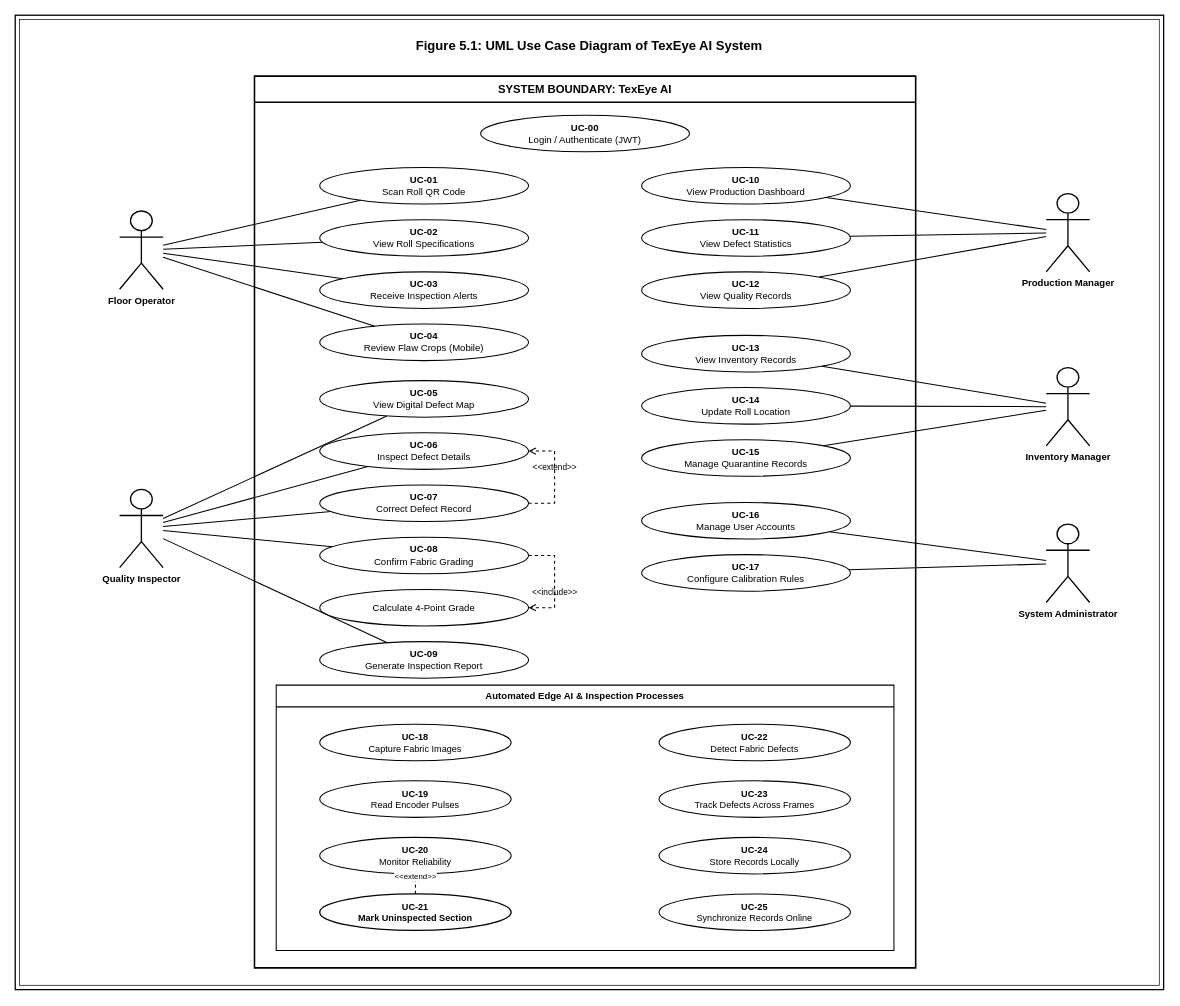
Before: diagrams/drawio/06_use_case_overall.drawio in TheBilalButt/TexEye-AI-FYP, a draw.io diagram. Source tidied: cells renumbered, new cells numbered last; positions are measured from the earlier drawing's top-left corner, leaving out a move shared by most shapes. Both pictures are drawn from the tidied source at 87%, with x=0, y=0 at pixel (15, 15).
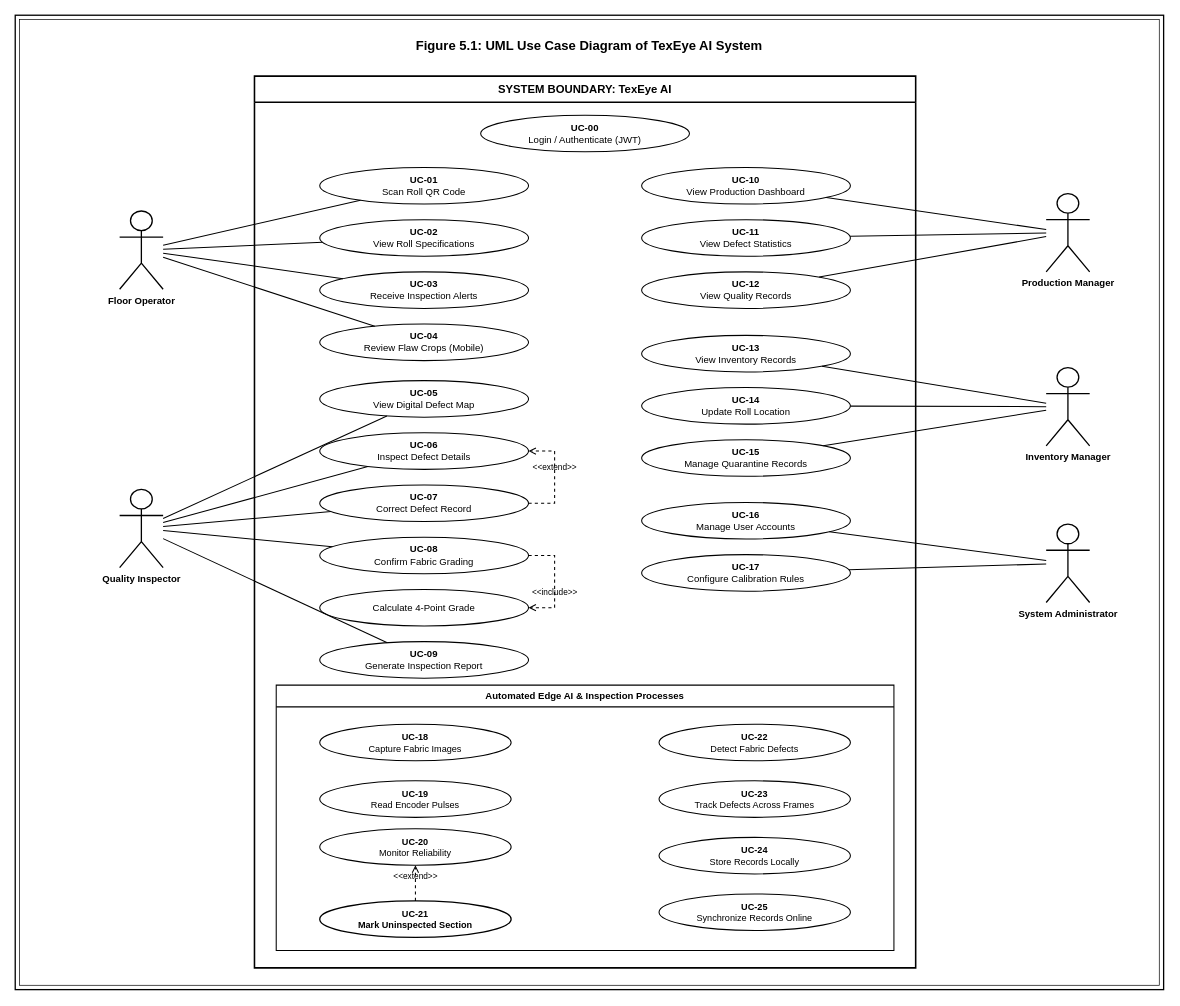
The same diagram, later.

Commit message (it also covers changes not shown here):
fix(diagrams): resolve all label-lifeline overlaps in sequence diagrams, remove extend box, and link outbox in erd

Unchanged cells that the change refers to:
```xml
<mxCell id="27" value="&lt;b&gt;Automated Edge AI &amp;amp; Inspection Processes&lt;/b&gt;" style="swimlane;whiteSpace=wrap;html=1;fillColor=#ffffff;strokeColor=#000000;strokeWidth=1.2;strokeDasharray=4 2;fontSize=11;fontColor=#000000;startSize=25;" parent="5" vertex="1">
  <mxGeometry x="25" y="700" width="710" height="305" as="geometry" />
</mxCell>
```

What changed in the source:
```diff
@@
     <mxCell id="30" value="&lt;b&gt;UC-20&lt;/b&gt;&lt;br&gt;Monitor Reliability" style="ellipse;whiteSpace=wrap;html=1;fillColor=#ffffff;strokeColor=#000000;strokeWidth=1.2;fontSize=10.5;fontColor=#000000;" parent="27" vertex="1">
-      <mxGeometry x="50" y="175" width="220" height="42" as="geometry" />
+      <mxGeometry x="50" y="165" width="220" height="42" as="geometry" />
     </mxCell>
     <mxCell id="31" value="&lt;b&gt;UC-21&lt;/b&gt;&lt;br&gt;Mark Uninspected Section" style="ellipse;whiteSpace=wrap;html=1;fillColor=#ffffff;strokeColor=#000000;strokeWidth=1.5;fontSize=10.5;fontColor=#000000;fontStyle=1;" parent="27" vertex="1">
-      <mxGeometry x="50" y="240" width="220" height="42" as="geometry" />
+      <mxGeometry x="50" y="248" width="220" height="42" as="geometry" />
     </mxCell>
-    <mxCell id="32" value="&amp;lt;&amp;lt;extend&amp;gt;&amp;gt;" style="html=1;verticalAlign=bottom;labelBackgroundColor=#ffffff;endArrow=open;endFill=0;dashed=1;strokeColor=#000000;strokeWidth=1.2;fontSize=9;" parent="27" edge="1" source="31" target="30">
+    <mxCell id="32" value="&amp;lt;&amp;lt;extend&amp;gt;&amp;gt;" style="html=1;verticalAlign=bottom;labelBackgroundColor=none;endArrow=open;endFill=0;dashed=1;strokeColor=#000000;strokeWidth=1.2;fontSize=9.5;" parent="27" edge="1" source="31" target="30">
       <mxGeometry relative="1" as="geometry" />
     </mxCell>
```
